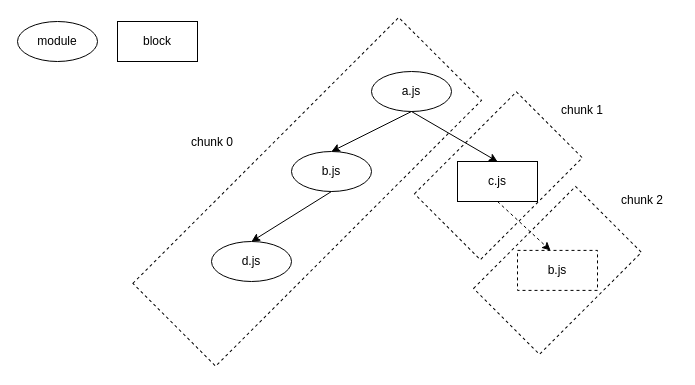
Above: demo chunkMap.drawio in askzh/diagrams (draw.io), before the change. Source tidied: cells renumbered, new cells numbered last; positions are measured from the earlier drawing's top-left corner, leaving out a move shared by most shapes. Both pictures are drawn from the tidied source at 100%, with x=0, y=0 at pixel (17, 21).
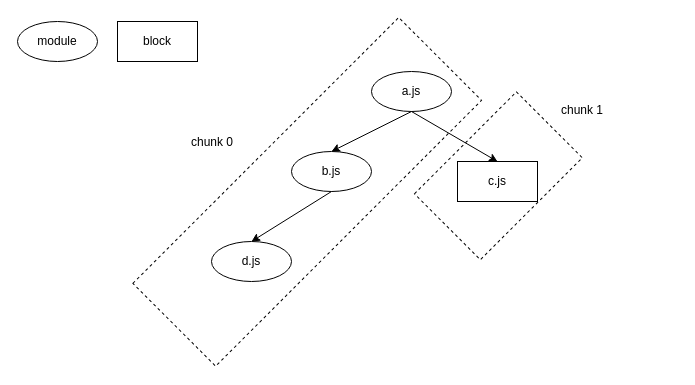
The same diagram, later.

Diff of the diagram source:
```diff
@@
 <mxGraphModel>
   <root>
     <mxCell id="0" />
     <mxCell id="1" parent="0" />
-    <mxCell id="2" style="rounded=0;whiteSpace=wrap;html=1;rotation=-45;dashed=1;" parent="1" vertex="1">
-      <mxGeometry x="467.9" y="202.3" width="144.2" height="93.2" as="geometry" />
-    </mxCell>
     <mxCell id="3" style="rounded=0;whiteSpace=wrap;html=1;rotation=-45;dashed=1;" parent="1" vertex="1">
       <mxGeometry x="408.8" y="107.7" width="144.2" height="93.2" as="geometry" />
     </mxCell>
     <mxCell id="4" style="rounded=0;whiteSpace=wrap;html=1;rotation=-45;dashed=1;" parent="1" vertex="1">
       <mxGeometry x="101.7" y="111.8" width="376" height="117.1" as="geometry" />
     </mxCell>
     <mxCell id="5" value="module" style="ellipse;whiteSpace=wrap;html=1;" parent="1" vertex="1">
       <mxGeometry width="80" height="40" as="geometry" />
     </mxCell>
     <mxCell id="6" value="block" style="rounded=0;whiteSpace=wrap;html=1;" parent="1" vertex="1">
       <mxGeometry x="100" width="80" height="40" as="geometry" />
     </mxCell>
     <mxCell id="7" value="a.js" style="ellipse;whiteSpace=wrap;html=1;" parent="1" vertex="1">
       <mxGeometry x="354" y="50" width="80" height="40" as="geometry" />
     </mxCell>
     <mxCell id="8" value="b.js" style="ellipse;whiteSpace=wrap;html=1;" parent="1" vertex="1">
       <mxGeometry x="274" y="130" width="80" height="40" as="geometry" />
     </mxCell>
     <mxCell id="9" value="c.js" style="rounded=0;whiteSpace=wrap;html=1;" parent="1" vertex="1">
       <mxGeometry x="440" y="140" width="80" height="40" as="geometry" />
     </mxCell>
     <mxCell id="10" style="endArrow=classic;html=1;exitX=0.5;exitY=1;exitDx=0;exitDy=0;entryX=0.5;entryY=0;entryDx=0;entryDy=0;" parent="1" edge="1" source="7" target="8">
       <mxGeometry relative="1" as="geometry" />
     </mxCell>
     <mxCell id="11" style="endArrow=classic;html=1;exitX=0.5;exitY=1;exitDx=0;exitDy=0;entryX=0.5;entryY=0;entryDx=0;entryDy=0;" parent="1" edge="1" source="7" target="9">
       <mxGeometry relative="1" as="geometry" />
     </mxCell>
     <mxCell id="12" value="d.js" style="ellipse;whiteSpace=wrap;html=1;" parent="1" vertex="1">
       <mxGeometry x="194" y="220" width="80" height="40" as="geometry" />
     </mxCell>
     <mxCell id="13" style="endArrow=classic;html=1;entryX=0.5;entryY=0;entryDx=0;entryDy=0;exitX=0.5;exitY=1;exitDx=0;exitDy=0;" parent="1" edge="1" source="8" target="12">
       <mxGeometry relative="1" as="geometry" />
     </mxCell>
-    <mxCell id="14" value="b.js" style="rounded=0;whiteSpace=wrap;html=1;dashed=1;" parent="1" vertex="1">
-      <mxGeometry x="500" y="228.9" width="80" height="40" as="geometry" />
-    </mxCell>
-    <mxCell id="15" style="endArrow=classic;html=1;exitX=0.5;exitY=1;exitDx=0;exitDy=0;entryX=0.413;entryY=0.003;entryDx=0;entryDy=0;entryPerimeter=0;dashed=1;" parent="1" edge="1" source="9" target="14">
-      <mxGeometry relative="1" as="geometry" />
-    </mxCell>
     <mxCell id="16" value="chunk 0" style="text;html=1;strokeColor=none;fillColor=none;align=center;verticalAlign=middle;whiteSpace=wrap;rounded=0;dashed=1;" parent="1" vertex="1">
       <mxGeometry x="160" y="111.8" width="70" height="18.2" as="geometry" />
     </mxCell>
     <mxCell id="17" value="chunk 1" style="text;html=1;strokeColor=none;fillColor=none;align=center;verticalAlign=middle;whiteSpace=wrap;rounded=0;dashed=1;" parent="1" vertex="1">
       <mxGeometry x="530" y="80" width="70" height="18.2" as="geometry" />
     </mxCell>
-    <mxCell id="18" value="chunk 2" style="text;html=1;strokeColor=none;fillColor=none;align=center;verticalAlign=middle;whiteSpace=wrap;rounded=0;dashed=1;" parent="1" vertex="1">
-      <mxGeometry x="590" y="170" width="70" height="18.2" as="geometry" />
-    </mxCell>
   </root>
 </mxGraphModel>
```
